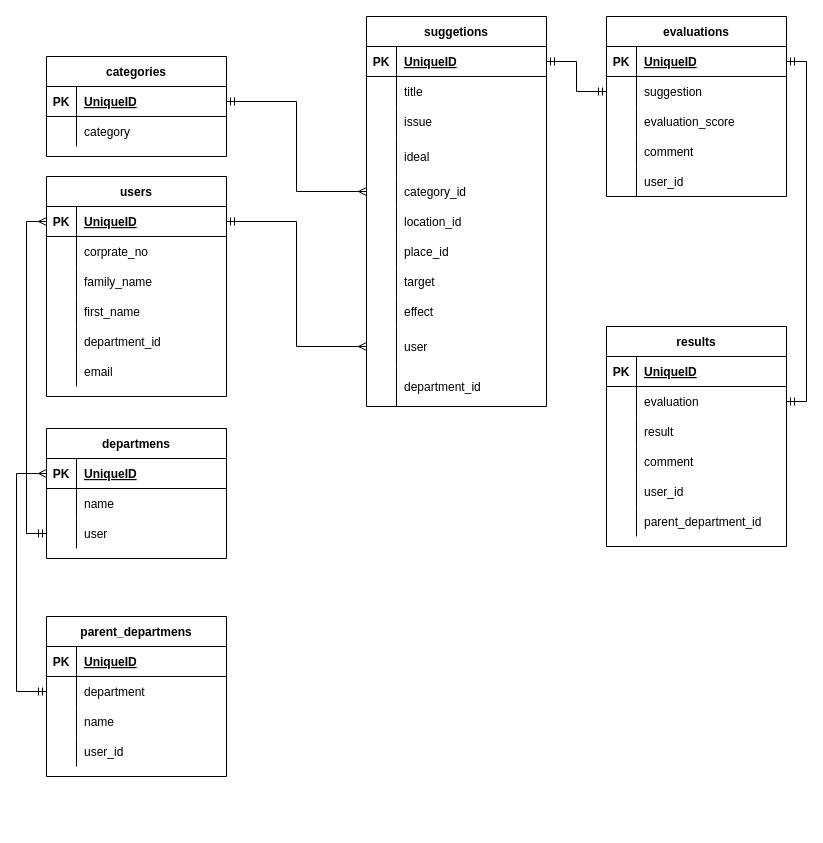
Above: db/suggestion_box_ER.dio in f-mio/suggestion_box (draw.io), before the change. Source tidied: cells renumbered, new cells numbered last; positions are measured from the earlier drawing's top-left corner, leaving out a move shared by most shapes. Both pictures are drawn from the tidied source at 100%, with x=0, y=0 at pixel (16, 16).
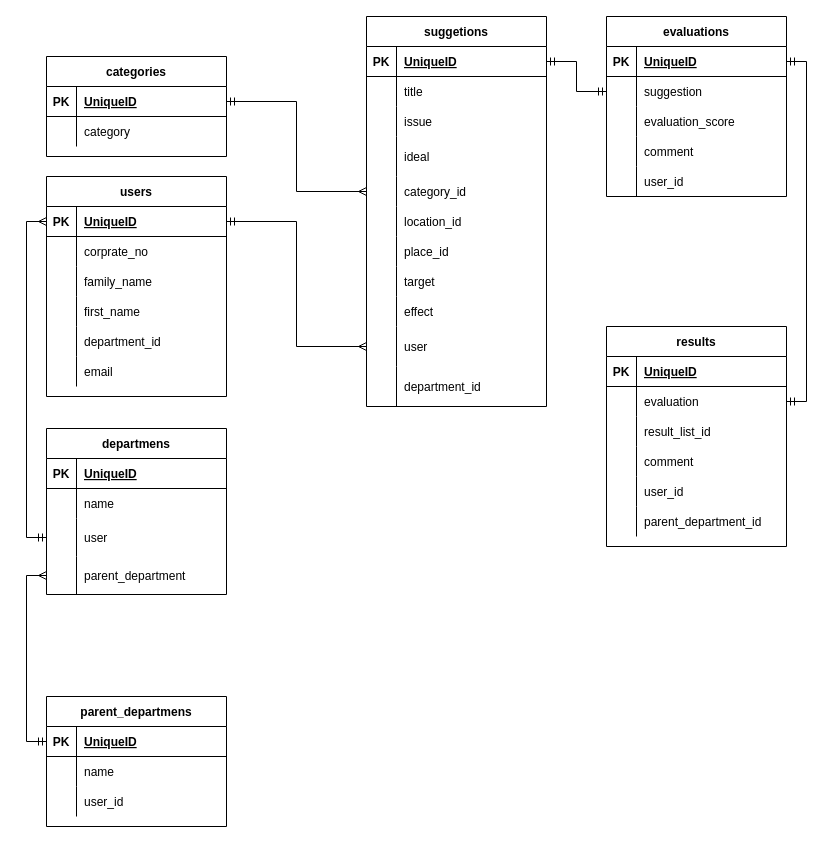
The same page after the edit.

Unchanged cells that the change refers to:
```xml
<mxCell id="56" style="shape=partialRectangle;fillColor=none;top=0;left=0;bottom=1;right=0;points=[[0,0.5],[1,0.5]];portConstraint=eastwest;" parent="55" vertex="1">
  <mxGeometry y="30" width="180" height="30" as="geometry" />
</mxCell>
<mxCell id="91" style="shape=partialRectangle;fillColor=none;top=0;left=0;bottom=0;right=0;" parent="84" vertex="1">
  <mxGeometry y="90" width="180" height="30" as="geometry" />
</mxCell>
<mxCell id="115" style="shape=partialRectangle;fillColor=none;top=0;left=0;bottom=1;right=0;points=[[0,0.5],[1,0.5]];portConstraint=eastwest;" parent="114" vertex="1">
  <mxGeometry y="30" width="180" height="30" as="geometry" />
</mxCell>
```

What changed in the source:
```diff
@@
     <mxCell id="55" value="parent_departmens" style="shape=table;startSize=30;childLayout=tableLayout;rowLines=0;fontStyle=1;align=center;" parent="1" vertex="1">
-      <mxGeometry x="30" y="600" width="180" height="160" as="geometry" />
+      <mxGeometry x="30" y="680" width="180" height="130" as="geometry" />
     </mxCell>
@@
-    <mxCell id="59" style="shape=partialRectangle;fillColor=none;top=0;left=0;bottom=0;right=0;points=[[0,0.5],[1,0.5]];portConstraint=eastwest;" parent="55" vertex="1">
-      <mxGeometry y="60" width="180" height="30" as="geometry" />
-    </mxCell>
-    <mxCell id="60" style="shape=partialRectangle;fillColor=none;top=0;left=0;bottom=0;right=0;overflow=hidden;" parent="59" vertex="1">
-      <mxGeometry width="30" height="30" as="geometry" />
-    </mxCell>
-    <mxCell id="61" value="department" style="shape=partialRectangle;fillColor=none;top=0;left=0;bottom=0;right=0;align=left;spacingLeft=6;overflow=hidden;" parent="59" vertex="1">
-      <mxGeometry x="30" width="150" height="30" as="geometry" />
-    </mxCell>
     <mxCell id="62" style="shape=partialRectangle;fillColor=none;top=0;left=0;bottom=0;right=0;" parent="55" vertex="1">
-      <mxGeometry y="90" width="180" height="30" as="geometry" />
+      <mxGeometry y="60" width="180" height="30" as="geometry" />
     </mxCell>
@@
     <mxCell id="65" style="shape=partialRectangle;fillColor=none;top=0;left=0;bottom=0;right=0;" parent="55" vertex="1">
-      <mxGeometry y="120" width="180" height="30" as="geometry" />
+      <mxGeometry y="90" width="180" height="30" as="geometry" />
     </mxCell>
@@
-    <mxCell id="93" value="result" style="shape=partialRectangle;fillColor=none;top=0;left=0;bottom=0;right=0;align=left;spacingLeft=6;overflow=hidden;" parent="91" vertex="1">
+    <mxCell id="93" value="result_list_id" style="shape=partialRectangle;fillColor=none;top=0;left=0;bottom=0;right=0;align=left;spacingLeft=6;overflow=hidden;" parent="91" vertex="1">
       <mxGeometry x="30" width="150" height="30" as="geometry" />
     </mxCell>
@@
     <mxCell id="114" value="departmens" style="shape=table;startSize=30;childLayout=tableLayout;rowLines=0;fontStyle=1;align=center;" parent="1" vertex="1">
-      <mxGeometry x="30" y="412" width="180" height="130" as="geometry" />
+      <mxGeometry x="30" y="412" width="180" height="166" as="geometry" />
     </mxCell>
@@
     <mxCell id="121" style="shape=partialRectangle;fillColor=none;top=0;left=0;bottom=0;right=0;points=[[0,0.5],[1,0.5]];portConstraint=eastwest;" parent="114" vertex="1">
-      <mxGeometry y="90" width="180" height="30" as="geometry" />
+      <mxGeometry y="90" width="180" height="38" as="geometry" />
     </mxCell>
     <mxCell id="122" style="shape=partialRectangle;fillColor=none;top=0;left=0;bottom=0;right=0;overflow=hidden;" parent="121" vertex="1">
-      <mxGeometry width="30" height="30" as="geometry" />
+      <mxGeometry width="30" height="38" as="geometry" />
     </mxCell>
     <mxCell id="123" value="user" style="shape=partialRectangle;fillColor=none;top=0;left=0;bottom=0;right=0;align=left;spacingLeft=6;overflow=hidden;" parent="121" vertex="1">
-      <mxGeometry x="30" width="150" height="30" as="geometry" />
+      <mxGeometry x="30" width="150" height="38" as="geometry" />
     </mxCell>
+    <mxCell id="126" style="shape=partialRectangle;fillColor=none;top=0;left=0;bottom=0;right=0;points=[[0,0.5],[1,0.5]];portConstraint=eastwest;" parent="114" vertex="1">
+      <mxGeometry y="128" width="180" height="38" as="geometry" />
+    </mxCell>
+    <mxCell id="127" style="shape=partialRectangle;fillColor=none;top=0;left=0;bottom=0;right=0;overflow=hidden;" parent="126" vertex="1">
+      <mxGeometry width="30" height="38" as="geometry" />
+    </mxCell>
+    <mxCell id="128" value="parent_department" style="shape=partialRectangle;fillColor=none;top=0;left=0;bottom=0;right=0;align=left;spacingLeft=6;overflow=hidden;" parent="126" vertex="1">
+      <mxGeometry x="30" width="150" height="38" as="geometry" />
+    </mxCell>
-    <mxCell id="124" style="edgeStyle=orthogonalEdgeStyle;rounded=0;jettySize=auto;html=1;entryX=0;entryY=0.5;entryDx=0;entryDy=0;endArrow=ERmany;endFill=0;startArrow=ERmandOne;startFill=0;" parent="1" edge="1" source="59" target="115">
-      <mxGeometry relative="1" as="geometry">
-        <Array as="points">
-          <mxPoint y="675" />
-          <mxPoint y="457" />
-        </Array>
-      </mxGeometry>
+    <mxCell id="124" style="edgeStyle=orthogonalEdgeStyle;rounded=0;jettySize=auto;html=1;entryX=0;entryY=0.5;entryDx=0;entryDy=0;endArrow=ERmany;endFill=0;startArrow=ERmandOne;startFill=0;exitX=0;exitY=0.5;exitDx=0;exitDy=0;" parent="1" edge="1" source="56" target="126">
+      <mxGeometry relative="1" as="geometry" />
     </mxCell>
```
